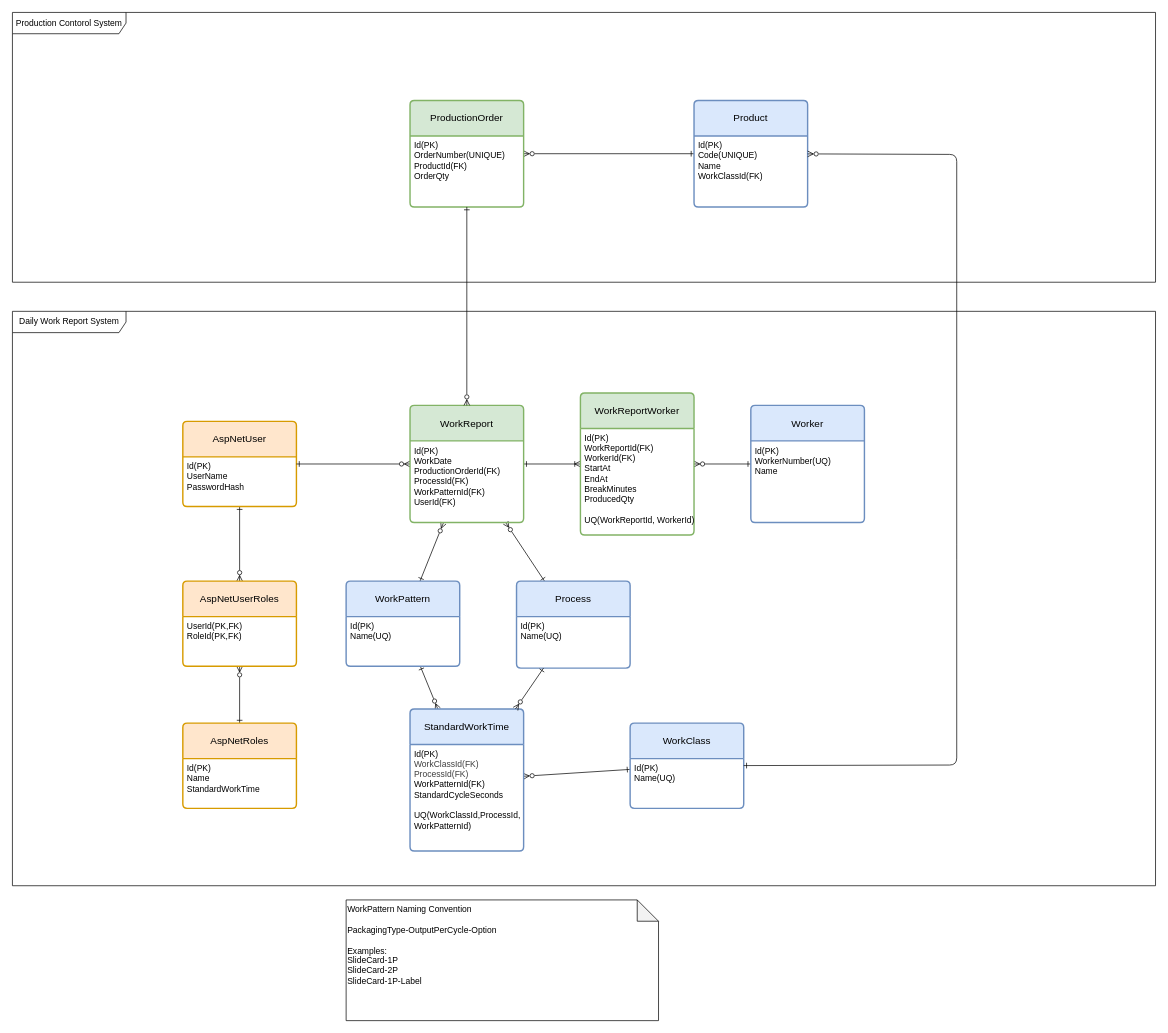
The draw.io diagram docs/er.drawio in junyatanak/work-report-system, before the edit. Source tidied: cells renumbered, new cells numbered last; positions are measured from the earlier drawing's top-left corner, leaving out a move shared by most shapes. Both pictures are drawn from the tidied source at 71%, with x=0, y=0 at pixel (12, 12).
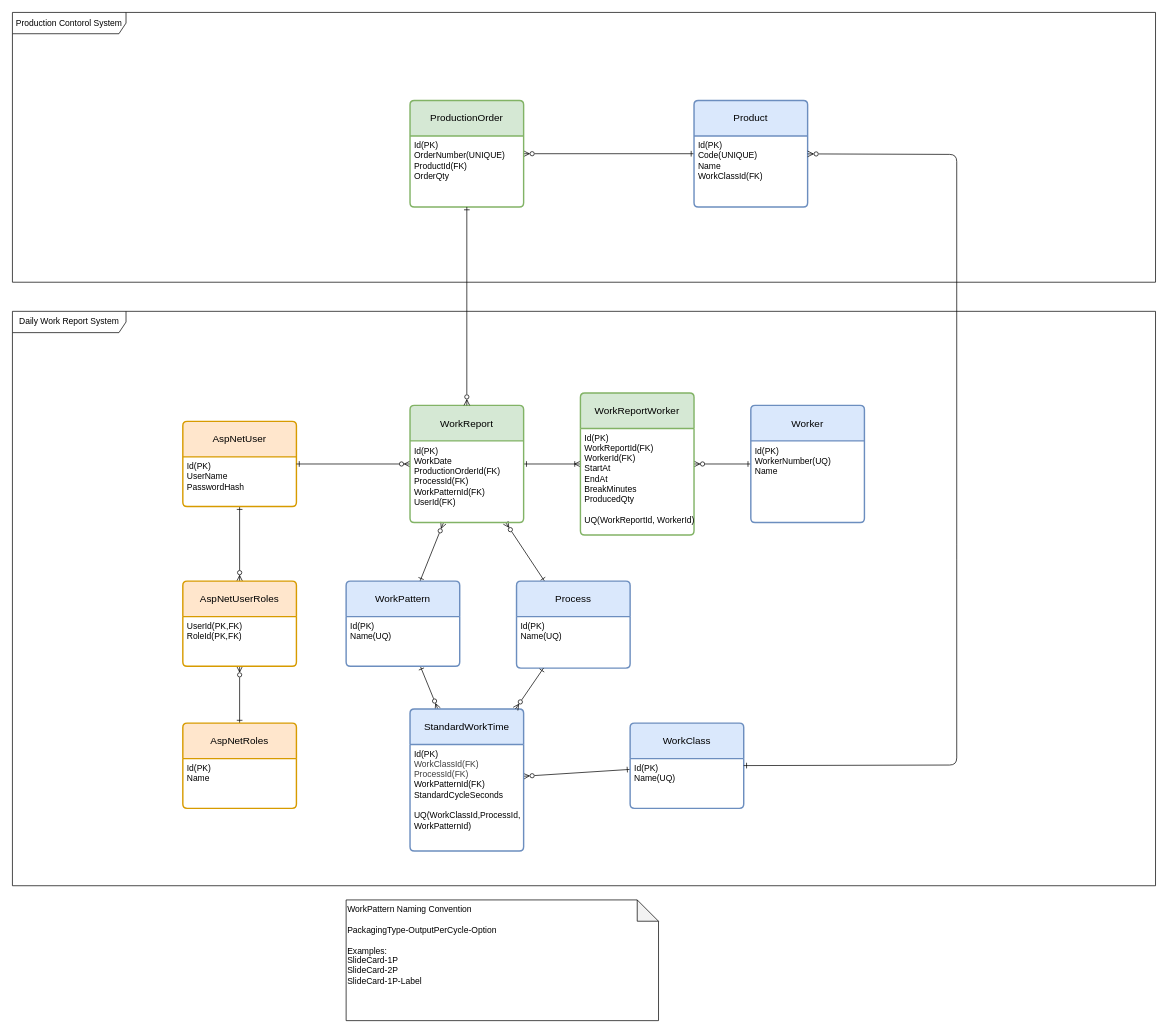
The same diagram, later.

Unchanged cells that the change refers to:
```xml
<mxCell id="10" value="AspNetRoles" style="swimlane;horizontal=1;startSize=50;rounded=1;fontSize=14;fontStyle=0;strokeWidth=2;shadow=0;dashed=0;align=center;arcSize=4;whiteSpace=wrap;html=1;fillColor=#ffe6cc;strokeColor=#d79b00;" parent="2" vertex="1">
  <mxGeometry x="240" y="580" width="160" height="120" as="geometry" />
</mxCell>
```

What changed in the source:
```diff
@@
-    <mxCell id="11" value="Id(PK)&lt;div&gt;Name&lt;/div&gt;&lt;div&gt;StandardWorkTime&lt;/div&gt;" style="align=left;strokeColor=none;fillColor=none;spacingLeft=4;fontSize=12;verticalAlign=top;html=1;" parent="10" vertex="1">
+    <mxCell id="11" value="Id(PK)&lt;div&gt;Name&lt;/div&gt;&lt;div&gt;&lt;br&gt;&lt;/div&gt;" style="align=left;strokeColor=none;fillColor=none;spacingLeft=4;fontSize=12;verticalAlign=top;html=1;" parent="10" vertex="1">
       <mxGeometry y="50" width="160" height="70" as="geometry" />
     </mxCell>
```
